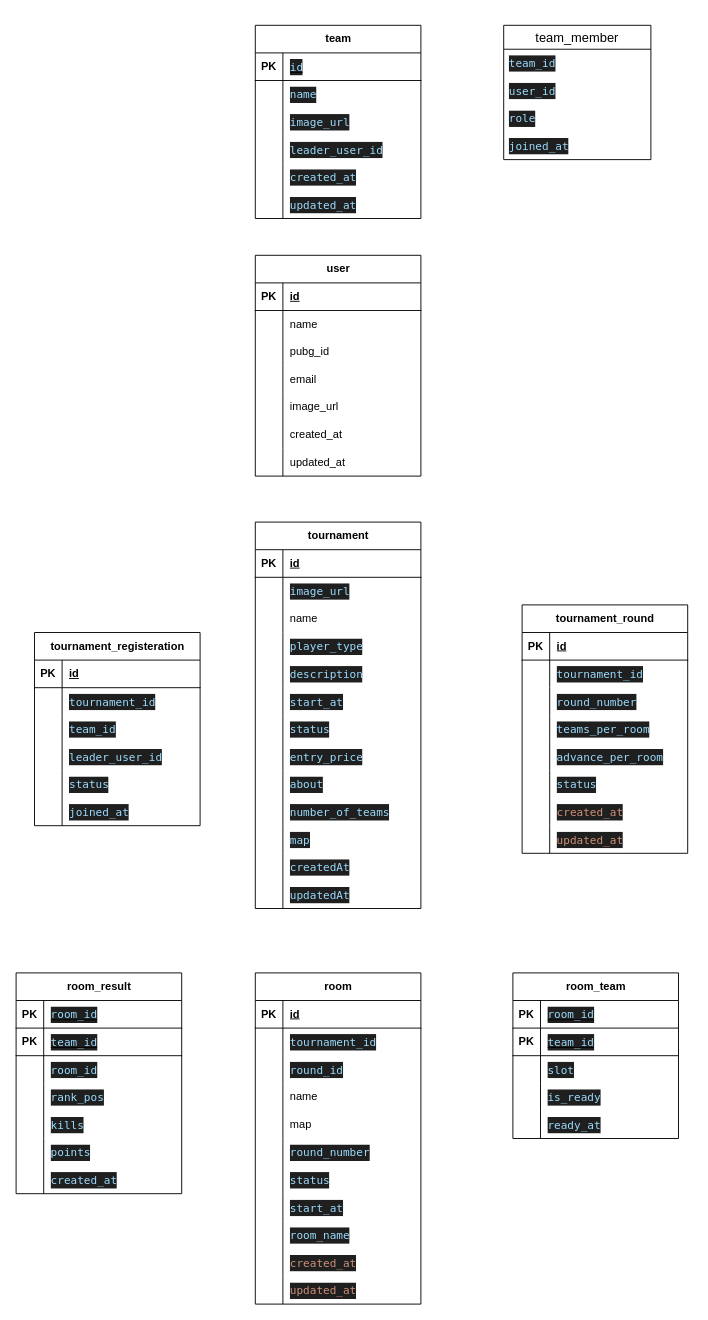
atif117/add_notes_app keeps this draw.io diagram as pubg_tournament_schema.drawio. Above is the earlier version. Source tidied: cells renumbered, new cells numbered last; positions are measured from the earlier drawing's top-left corner, leaving out a move shared by most shapes. Both pictures are drawn from the tidied source at 92%, with x=0, y=0 at pixel (16, 25).
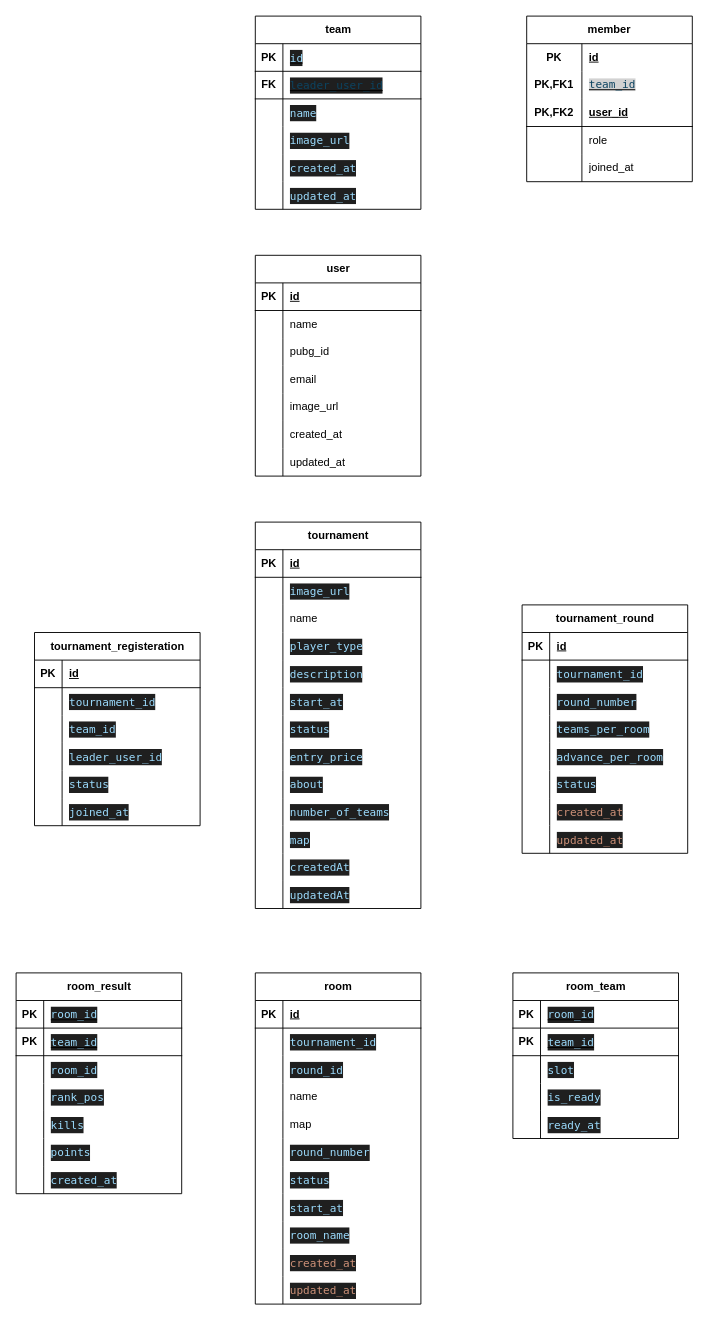
Above is the later version.

Change to the diagram source:
```diff
@@
     <mxCell id="24" value="team" style="shape=table;startSize=30;childLayout=tableLayout;rowLines=0;fontStyle=1;align=center;html=1;" parent="1" vertex="1">
-      <mxGeometry x="260" width="180" height="210" as="geometry" />
+      <mxGeometry x="260" y="-10" width="180" height="210" as="geometry" />
     </mxCell>
@@
+    <mxCell id="204" style="shape=tableRow;horizontal=0;startSize=0;swimlaneHead=0;swimlaneBody=0;fillColor=none;top=0;left=0;right=0;bottom=1;" parent="24" vertex="1">
+      <mxGeometry y="60" width="180" height="30" as="geometry" />
+    </mxCell>
+    <mxCell id="205" value="FK" style="shape=partialRectangle;fillColor=none;top=0;left=0;bottom=0;right=0;fontStyle=1;overflow=hidden;whiteSpace=wrap;html=1;" parent="204" vertex="1">
+      <mxGeometry width="30" height="30" as="geometry" />
+    </mxCell>
+    <mxCell id="36" value="&lt;div style=&quot;font-weight: normal; text-decoration: none; background-color: rgb(31, 31, 31); font-family: Menlo, Monaco, &amp;quot;Courier New&amp;quot;, monospace; line-height: 18px; white-space: pre;&quot;&gt;&lt;span style=&quot;caret-color: rgb(12, 67, 96); text-decoration: none; color: light-dark(rgb(12, 67, 96), rgb(255, 255, 255));&quot;&gt;leader_user_id&lt;/span&gt;&lt;br&gt;&lt;/div&gt;" style="shape=partialRectangle;fillColor=none;top=0;left=0;bottom=0;right=0;align=left;spacingLeft=6;fontStyle=5;overflow=hidden;whiteSpace=wrap;html=1;" parent="204" vertex="1">
+      <mxGeometry x="30" width="150" height="30" as="geometry" />
+    </mxCell>
     <mxCell id="28" style="shape=tableRow;horizontal=0;startSize=0;swimlaneHead=0;swimlaneBody=0;fillColor=none;top=0;left=0;right=0;bottom=0;" parent="24" vertex="1">
-      <mxGeometry y="60" width="180" height="30" as="geometry" />
+      <mxGeometry y="90" width="180" height="30" as="geometry" />
     </mxCell>
@@
     <mxCell id="31" style="shape=tableRow;horizontal=0;startSize=0;swimlaneHead=0;swimlaneBody=0;fillColor=none;top=0;left=0;right=0;bottom=0;" parent="24" vertex="1">
-      <mxGeometry y="90" width="180" height="30" as="geometry" />
+      <mxGeometry y="120" width="180" height="30" as="geometry" />
     </mxCell>
@@
-    <mxCell id="34" style="shape=tableRow;horizontal=0;startSize=0;swimlaneHead=0;swimlaneBody=0;fillColor=none;top=0;left=0;right=0;bottom=0;" parent="24" vertex="1">
-      <mxGeometry y="120" width="180" height="30" as="geometry" />
-    </mxCell>
-    <mxCell id="35" style="shape=partialRectangle;fillColor=none;top=0;left=0;bottom=0;right=0;overflow=hidden;whiteSpace=wrap;html=1;" parent="34" vertex="1">
-      <mxGeometry width="30" height="30" as="geometry" />
-    </mxCell>
-    <mxCell id="36" value="&lt;div style=&quot;color: rgb(204, 204, 204); background-color: rgb(31, 31, 31); font-family: Menlo, Monaco, &amp;quot;Courier New&amp;quot;, monospace; line-height: 18px; white-space: pre;&quot;&gt;&lt;span style=&quot;color: rgb(156, 220, 254);&quot;&gt;leader_user_id&lt;/span&gt;&lt;/div&gt;" style="shape=partialRectangle;fillColor=none;top=0;left=0;bottom=0;right=0;align=left;spacingLeft=6;overflow=hidden;whiteSpace=wrap;html=1;" parent="34" vertex="1">
-      <mxGeometry x="30" width="150" height="30" as="geometry" />
-    </mxCell>
@@
-    <mxCell id="43" value="team_member" style="swimlane;fontStyle=0;horizontal=1;startSize=26;align=center;fontSize=14;" parent="1" vertex="1">
-      <mxGeometry x="530" width="160" height="146" as="geometry" />
-    </mxCell>
-    <mxCell id="44" value="&lt;div style=&quot;color: rgb(204, 204, 204); background-color: rgb(31, 31, 31); font-family: Menlo, Monaco, &amp;quot;Courier New&amp;quot;, monospace; line-height: 18px; white-space: pre;&quot;&gt;&lt;span style=&quot;color: rgb(156, 220, 254);&quot;&gt;team_id&lt;/span&gt;&lt;/div&gt;" style="text;strokeColor=none;fillColor=none;spacingLeft=4;spacingRight=4;overflow=hidden;fontSize=12;whiteSpace=wrap;html=1;" parent="43" vertex="1">
-      <mxGeometry y="26" width="160" height="30" as="geometry" />
-    </mxCell>
-    <mxCell id="45" value="&lt;div style=&quot;color: rgb(204, 204, 204); background-color: rgb(31, 31, 31); font-family: Menlo, Monaco, &amp;quot;Courier New&amp;quot;, monospace; line-height: 18px; white-space: pre;&quot;&gt;&lt;span style=&quot;color: rgb(156, 220, 254);&quot;&gt;user_id&lt;/span&gt;&lt;/div&gt;" style="text;strokeColor=none;fillColor=none;spacingLeft=4;spacingRight=4;overflow=hidden;fontSize=12;whiteSpace=wrap;html=1;" parent="43" vertex="1">
-      <mxGeometry y="56" width="160" height="30" as="geometry" />
-    </mxCell>
-    <mxCell id="46" value="&lt;div style=&quot;color: rgb(204, 204, 204); background-color: rgb(31, 31, 31); font-family: Menlo, Monaco, &amp;quot;Courier New&amp;quot;, monospace; line-height: 18px; white-space: pre;&quot;&gt;&lt;span style=&quot;color: rgb(156, 220, 254);&quot;&gt;role&lt;/span&gt;&lt;/div&gt;" style="text;strokeColor=none;fillColor=none;spacingLeft=4;spacingRight=4;overflow=hidden;fontSize=12;whiteSpace=wrap;html=1;" parent="43" vertex="1">
-      <mxGeometry y="86" width="160" height="30" as="geometry" />
-    </mxCell>
-    <mxCell id="47" value="&lt;div style=&quot;color: rgb(204, 204, 204); background-color: rgb(31, 31, 31); font-family: Menlo, Monaco, &amp;quot;Courier New&amp;quot;, monospace; line-height: 18px; white-space: pre;&quot;&gt;&lt;div style=&quot;color: rgb(204, 204, 204); background-color: rgb(31, 31, 31); line-height: 18px;&quot;&gt;&lt;span style=&quot;color: rgb(156, 220, 254);&quot;&gt;joined_at&lt;/span&gt;&lt;/div&gt;&lt;/div&gt;" style="text;strokeColor=none;fillColor=none;spacingLeft=4;spacingRight=4;overflow=hidden;fontSize=12;whiteSpace=wrap;html=1;" parent="43" vertex="1">
-      <mxGeometry y="116" width="160" height="30" as="geometry" />
-    </mxCell>
@@
+    <mxCell id="206" value="member" style="shape=table;startSize=30;childLayout=tableLayout;rowLines=0;fontStyle=1;align=center;html=1;whiteSpace=wrap;" parent="1" vertex="1">
+      <mxGeometry x="555" y="-10" width="180" height="180" as="geometry" />
+    </mxCell>
+    <mxCell id="207" style="shape=tableRow;horizontal=0;startSize=0;swimlaneHead=0;swimlaneBody=0;fillColor=none;top=0;left=0;right=0;bottom=0;html=1;" parent="206" vertex="1">
+      <mxGeometry y="30" width="180" height="30" as="geometry" />
+    </mxCell>
+    <mxCell id="208" value="PK" style="shape=partialRectangle;fillColor=none;top=0;left=0;bottom=0;right=0;fontStyle=1;overflow=hidden;html=1;whiteSpace=wrap;" parent="207" vertex="1">
+      <mxGeometry width="60" height="30" as="geometry" />
+    </mxCell>
+    <mxCell id="209" value="id" style="shape=partialRectangle;fillColor=none;top=0;left=0;bottom=0;right=0;align=left;spacingLeft=6;fontStyle=5;overflow=hidden;html=1;whiteSpace=wrap;" parent="207" vertex="1">
+      <mxGeometry x="60" width="120" height="30" as="geometry" />
+    </mxCell>
+    <mxCell id="210" style="shape=tableRow;horizontal=0;startSize=0;swimlaneHead=0;swimlaneBody=0;fillColor=none;top=0;left=0;right=0;bottom=0;html=1;" parent="206" vertex="1">
+      <mxGeometry y="60" width="180" height="30" as="geometry" />
+    </mxCell>
+    <mxCell id="211" value="PK,FK1" style="shape=partialRectangle;fillColor=none;top=0;left=0;bottom=0;right=0;fontStyle=1;overflow=hidden;html=1;whiteSpace=wrap;" parent="210" vertex="1">
+      <mxGeometry width="60" height="30" as="geometry" />
+    </mxCell>
+    <mxCell id="44" value="&lt;span style=&quot;caret-color: rgb(12, 67, 96); color: rgb(12, 67, 96); font-family: Menlo, Monaco, &amp;quot;Courier New&amp;quot;, monospace; font-weight: 400; white-space: pre; background-color: rgb(210, 210, 210); text-decoration: none;&quot;&gt;team_id&lt;/span&gt;" style="shape=partialRectangle;fillColor=none;top=0;left=0;bottom=0;right=0;align=left;spacingLeft=6;fontStyle=5;overflow=hidden;html=1;whiteSpace=wrap;" parent="210" vertex="1">
+      <mxGeometry x="60" width="120" height="30" as="geometry" />
+    </mxCell>
+    <mxCell id="212" style="shape=tableRow;horizontal=0;startSize=0;swimlaneHead=0;swimlaneBody=0;fillColor=none;top=0;left=0;right=0;bottom=1;html=1;" parent="206" vertex="1">
+      <mxGeometry y="90" width="180" height="30" as="geometry" />
+    </mxCell>
+    <mxCell id="213" value="PK,FK2" style="shape=partialRectangle;fillColor=none;top=0;left=0;bottom=0;right=0;fontStyle=1;overflow=hidden;html=1;whiteSpace=wrap;" parent="212" vertex="1">
+      <mxGeometry width="60" height="30" as="geometry" />
+    </mxCell>
+    <mxCell id="45" value="user_id" style="shape=partialRectangle;fillColor=none;top=0;left=0;bottom=0;right=0;align=left;spacingLeft=6;fontStyle=5;overflow=hidden;html=1;whiteSpace=wrap;" parent="212" vertex="1">
+      <mxGeometry x="60" width="120" height="30" as="geometry" />
+    </mxCell>
+    <mxCell id="214" style="shape=tableRow;horizontal=0;startSize=0;swimlaneHead=0;swimlaneBody=0;fillColor=none;top=0;left=0;right=0;bottom=0;html=1;" parent="206" vertex="1">
+      <mxGeometry y="120" width="180" height="30" as="geometry" />
+    </mxCell>
+    <mxCell id="215" style="shape=partialRectangle;fillColor=none;top=0;left=0;bottom=0;right=0;overflow=hidden;html=1;whiteSpace=wrap;" parent="214" vertex="1">
+      <mxGeometry width="60" height="30" as="geometry" />
+    </mxCell>
+    <mxCell id="46" value="role" style="shape=partialRectangle;fillColor=none;top=0;left=0;bottom=0;right=0;align=left;spacingLeft=6;overflow=hidden;html=1;whiteSpace=wrap;" parent="214" vertex="1">
+      <mxGeometry x="60" width="120" height="30" as="geometry" />
+    </mxCell>
+    <mxCell id="216" style="shape=tableRow;horizontal=0;startSize=0;swimlaneHead=0;swimlaneBody=0;fillColor=none;top=0;left=0;right=0;bottom=0;html=1;" parent="206" vertex="1">
+      <mxGeometry y="150" width="180" height="30" as="geometry" />
+    </mxCell>
+    <mxCell id="217" style="shape=partialRectangle;fillColor=none;top=0;left=0;bottom=0;right=0;overflow=hidden;html=1;whiteSpace=wrap;" parent="216" vertex="1">
+      <mxGeometry width="60" height="30" as="geometry" />
+    </mxCell>
+    <mxCell id="47" value="joined_at" style="shape=partialRectangle;fillColor=none;top=0;left=0;bottom=0;right=0;align=left;spacingLeft=6;overflow=hidden;html=1;whiteSpace=wrap;" parent="216" vertex="1">
+      <mxGeometry x="60" width="120" height="30" as="geometry" />
+    </mxCell>
```
